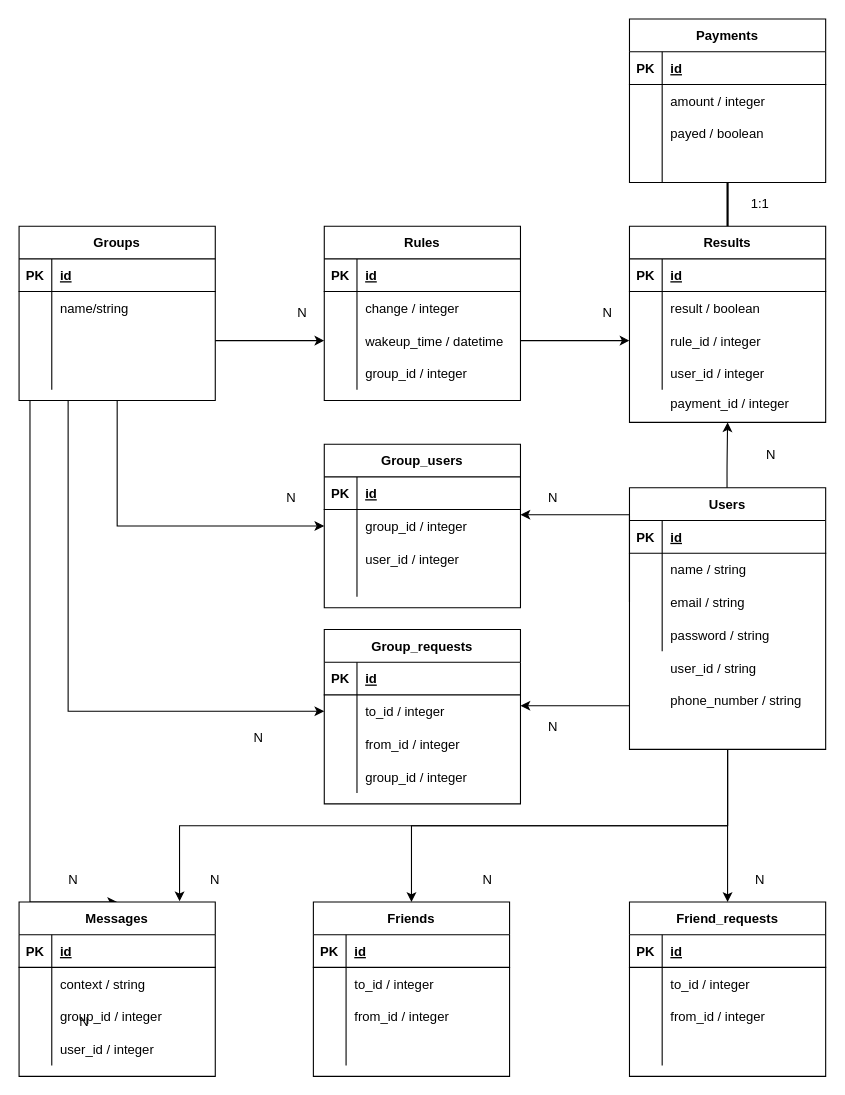
kazuki0122/api keeps this draw.io diagram as ER.dio. Above is the earlier version. Source tidied: cells renumbered, new cells numbered last; positions are measured from the earlier drawing's top-left corner, leaving out a move shared by most shapes. Both pictures are drawn from the tidied source at 109%, with x=0, y=0 at pixel (19, 19).
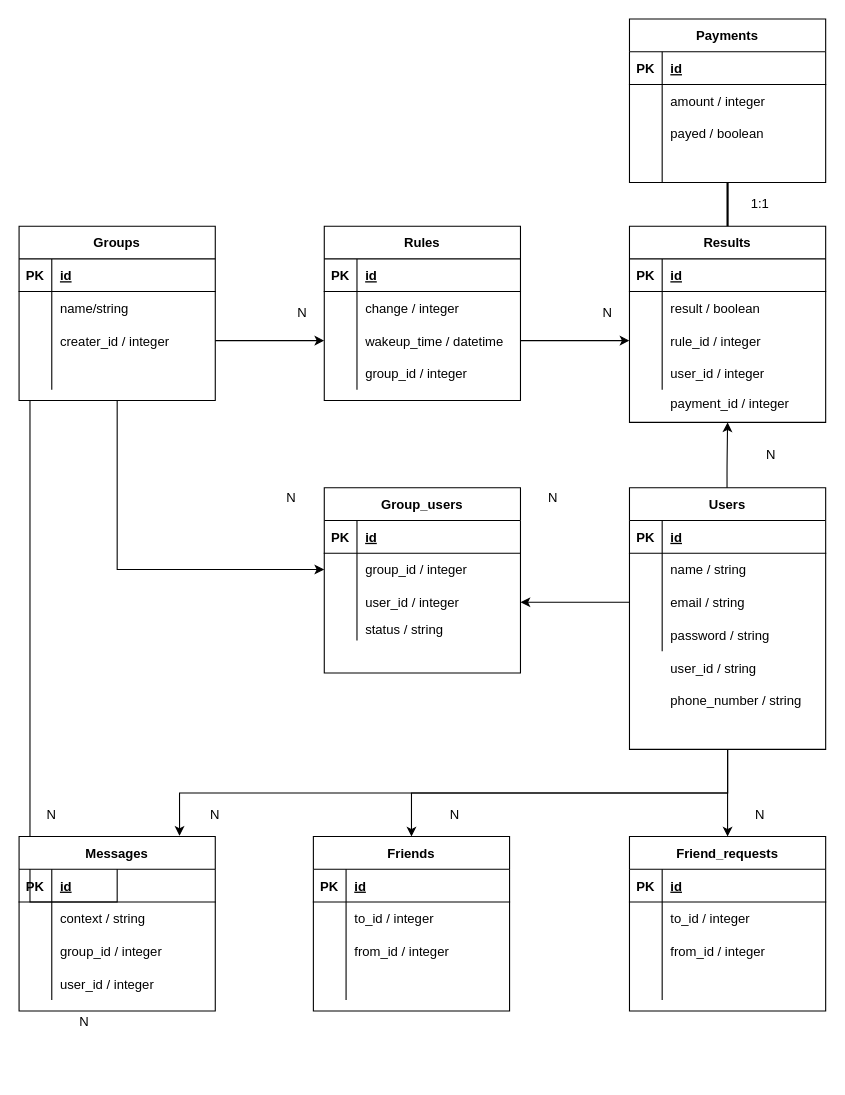
The same diagram, later.

Unchanged cells that the change refers to:
```xml
<mxCell id="4" value="Groups" style="shape=table;startSize=30;childLayout=tableLayout;rowLines=0;fontStyle=1;align=center;" parent="1" vertex="1">
  <mxGeometry y="190" width="180" height="160" as="geometry" />
</mxCell>
<mxCell id="11" style="shape=partialRectangle;fillColor=none;top=0;left=0;bottom=0;right=0;points=[[0,0.5],[1,0.5]];portConstraint=eastwest;" parent="4" vertex="1">
  <mxGeometry y="90" width="180" height="30" as="geometry" />
</mxCell>
<mxCell id="66" style="shape=partialRectangle;fillColor=none;top=0;left=0;bottom=0;right=0;points=[[0,0.5],[1,0.5]];portConstraint=eastwest;" parent="59" vertex="1">
  <mxGeometry y="90" width="180" height="30" as="geometry" />
</mxCell>
<mxCell id="89" style="shape=partialRectangle;fillColor=none;top=0;left=0;bottom=0;right=0;points=[[0,0.5],[1,0.5]];portConstraint=eastwest;" parent="85" vertex="1">
  <mxGeometry y="60" width="180" height="30" as="geometry" />
</mxCell>
<mxCell id="92" style="shape=partialRectangle;fillColor=none;top=0;left=0;bottom=0;right=0;points=[[0,0.5],[1,0.5]];portConstraint=eastwest;" parent="85" vertex="1">
  <mxGeometry y="90" width="180" height="30" as="geometry" />
</mxCell>
<mxCell id="95" style="shape=partialRectangle;fillColor=none;top=0;left=0;bottom=0;right=0;" parent="85" vertex="1">
  <mxGeometry y="120" width="180" height="20" as="geometry" />
</mxCell>
```

What changed in the source:
```diff
@@
-    <mxCell id="13" style="shape=partialRectangle;fillColor=none;top=0;left=0;bottom=0;right=0;align=left;spacingLeft=6;overflow=hidden;" parent="11" vertex="1">
+    <mxCell id="13" value="creater_id / integer" style="shape=partialRectangle;fillColor=none;top=0;left=0;bottom=0;right=0;align=left;spacingLeft=6;overflow=hidden;" parent="11" vertex="1">
       <mxGeometry x="30" width="150" height="30" as="geometry" />
     </mxCell>
@@
     <mxCell id="72" value="Messages" style="shape=table;startSize=30;childLayout=tableLayout;rowLines=0;fontStyle=1;align=center;" parent="1" vertex="1">
-      <mxGeometry y="810" width="180" height="160" as="geometry" />
+      <mxGeometry y="750" width="180" height="160" as="geometry" />
     </mxCell>
@@
     <mxCell id="85" value="Group_users" style="shape=table;startSize=30;childLayout=tableLayout;rowLines=0;fontStyle=1;align=center;" parent="1" vertex="1">
-      <mxGeometry x="280" y="390" width="180" height="150" as="geometry" />
+      <mxGeometry x="280" y="430" width="180" height="170" as="geometry" />
     </mxCell>
@@
-    <mxCell id="97" style="shape=partialRectangle;fillColor=none;top=0;left=0;bottom=0;right=0;align=left;spacingLeft=6;overflow=hidden;" parent="95" vertex="1">
+    <mxCell id="97" value="status / string" style="shape=partialRectangle;fillColor=none;top=0;left=0;bottom=0;right=0;align=left;spacingLeft=6;overflow=hidden;" parent="95" vertex="1">
       <mxGeometry x="30" width="150" height="20" as="geometry" />
     </mxCell>
     <mxCell id="98" value="Friend_requests" style="shape=table;startSize=30;childLayout=tableLayout;rowLines=0;fontStyle=1;align=center;" parent="1" vertex="1">
-      <mxGeometry x="560" y="810" width="180" height="160" as="geometry" />
+      <mxGeometry x="560" y="750" width="180" height="160" as="geometry" />
     </mxCell>
@@
     <mxCell id="111" value="Friends" style="shape=table;startSize=30;childLayout=tableLayout;rowLines=0;fontStyle=1;align=center;" parent="1" vertex="1">
-      <mxGeometry x="270" y="810" width="180" height="160" as="geometry" />
+      <mxGeometry x="270" y="750" width="180" height="160" as="geometry" />
     </mxCell>
@@
     <mxCell id="134" value="N" style="text;html=1;strokeColor=none;fillColor=none;align=center;verticalAlign=middle;whiteSpace=wrap;rounded=0;" parent="1" vertex="1">
-      <mxGeometry x="660" y="780" width="40" height="20" as="geometry" />
+      <mxGeometry x="660" y="720" width="40" height="20" as="geometry" />
     </mxCell>
     <mxCell id="135" value="N" style="text;html=1;strokeColor=none;fillColor=none;align=center;verticalAlign=middle;whiteSpace=wrap;rounded=0;" parent="1" vertex="1">
-      <mxGeometry x="410" y="780" width="40" height="20" as="geometry" />
+      <mxGeometry x="380" y="720" width="40" height="20" as="geometry" />
     </mxCell>
     <mxCell id="136" value="N" style="text;html=1;strokeColor=none;fillColor=none;align=center;verticalAlign=middle;whiteSpace=wrap;rounded=0;" parent="1" vertex="1">
-      <mxGeometry x="160" y="780" width="40" height="20" as="geometry" />
+      <mxGeometry x="160" y="720" width="40" height="20" as="geometry" />
     </mxCell>
@@
-    <mxCell id="142" style="edgeStyle=orthogonalEdgeStyle;rounded=0;jettySize=auto;html=1;exitX=0;exitY=0.5;exitDx=0;exitDy=0;entryX=1;entryY=0.156;entryDx=0;entryDy=0;entryPerimeter=0;" parent="1" edge="1" source="66" target="89">
-      <mxGeometry relative="1" as="geometry">
-        <Array as="points">
-          <mxPoint x="560" y="455" />
-        </Array>
-      </mxGeometry>
-    </mxCell>
@@
-    <mxCell id="146" value="Group_requests" style="shape=table;startSize=30;childLayout=tableLayout;rowLines=0;fontStyle=1;align=center;" parent="1" vertex="1">
-      <mxGeometry x="280" y="560" width="180" height="160" as="geometry" />
-    </mxCell>
-    <mxCell id="147" style="shape=partialRectangle;fillColor=none;top=0;left=0;bottom=1;right=0;" parent="146" vertex="1">
-      <mxGeometry y="30" width="180" height="30" as="geometry" />
-    </mxCell>
-    <mxCell id="148" value="PK" style="shape=partialRectangle;fillColor=none;top=0;left=0;bottom=0;right=0;fontStyle=1;overflow=hidden;" parent="147" vertex="1">
-      <mxGeometry width="30" height="30" as="geometry" />
-    </mxCell>
-    <mxCell id="149" value="id" style="shape=partialRectangle;fillColor=none;top=0;left=0;bottom=0;right=0;align=left;spacingLeft=6;fontStyle=5;overflow=hidden;" parent="147" vertex="1">
-      <mxGeometry x="30" width="150" height="30" as="geometry" />
-    </mxCell>
-    <mxCell id="150" style="shape=partialRectangle;fillColor=none;top=0;left=0;bottom=0;right=0;points=[[0,0.5],[1,0.5]];portConstraint=eastwest;" parent="146" vertex="1">
-      <mxGeometry y="60" width="180" height="30" as="geometry" />
-    </mxCell>
-    <mxCell id="151" style="shape=partialRectangle;fillColor=none;top=0;left=0;bottom=0;right=0;overflow=hidden;" parent="150" vertex="1">
-      <mxGeometry width="30" height="30" as="geometry" />
-    </mxCell>
-    <mxCell id="152" value="to_id / integer" style="shape=partialRectangle;fillColor=none;top=0;left=0;bottom=0;right=0;align=left;spacingLeft=6;overflow=hidden;" parent="150" vertex="1">
-      <mxGeometry x="30" width="150" height="30" as="geometry" />
-    </mxCell>
-    <mxCell id="153" style="shape=partialRectangle;fillColor=none;top=0;left=0;bottom=0;right=0;fontStyle=0;" parent="146" vertex="1">
-      <mxGeometry y="90" width="180" height="30" as="geometry" />
-    </mxCell>
-    <mxCell id="154" style="shape=partialRectangle;fillColor=none;top=0;left=0;bottom=0;right=0;overflow=hidden;" parent="153" vertex="1">
-      <mxGeometry width="30" height="30" as="geometry" />
-    </mxCell>
-    <mxCell id="155" value="from_id / integer" style="shape=partialRectangle;fillColor=none;top=0;left=0;bottom=0;right=0;align=left;spacingLeft=6;overflow=hidden;" parent="153" vertex="1">
-      <mxGeometry x="30" width="150" height="30" as="geometry" />
-    </mxCell>
-    <mxCell id="156" style="shape=partialRectangle;fillColor=none;top=0;left=0;bottom=0;right=0;" parent="146" vertex="1">
-      <mxGeometry y="120" width="180" height="30" as="geometry" />
-    </mxCell>
-    <mxCell id="157" style="shape=partialRectangle;fillColor=none;top=0;left=0;bottom=0;right=0;overflow=hidden;" parent="156" vertex="1">
-      <mxGeometry width="30" height="30" as="geometry" />
-    </mxCell>
-    <mxCell id="158" value="group_id / integer" style="shape=partialRectangle;fillColor=none;top=0;left=0;bottom=0;right=0;align=left;spacingLeft=6;overflow=hidden;" parent="156" vertex="1">
-      <mxGeometry x="30" width="150" height="30" as="geometry" />
-    </mxCell>
-    <mxCell id="159" value="N" style="text;html=1;strokeColor=none;fillColor=none;align=center;verticalAlign=middle;whiteSpace=wrap;rounded=0;" parent="1" vertex="1">
-      <mxGeometry x="470" y="640" width="40" height="20" as="geometry" />
-    </mxCell>
-    <mxCell id="160" style="endArrow=classic;html=1;" parent="1" edge="1">
-      <mxGeometry relative="1" as="geometry">
-        <mxPoint x="560" y="630" as="sourcePoint" />
-        <mxPoint x="460" y="630" as="targetPoint" />
-      </mxGeometry>
-    </mxCell>
     <mxCell id="161" value="N" style="text;html=1;strokeColor=none;fillColor=none;align=center;verticalAlign=middle;whiteSpace=wrap;rounded=0;" parent="1" vertex="1">
-      <mxGeometry x="30" y="780" width="40" height="20" as="geometry" />
+      <mxGeometry x="10" y="720" width="40" height="20" as="geometry" />
     </mxCell>
-    <mxCell id="162" style="edgeStyle=orthogonalEdgeStyle;rounded=0;jettySize=auto;html=1;exitX=0.25;exitY=1;exitDx=0;exitDy=0;entryX=0;entryY=0.5;entryDx=0;entryDy=0;" parent="1" edge="1" source="4" target="150">
-      <mxGeometry relative="1" as="geometry" />
-    </mxCell>
-    <mxCell id="163" value="N" style="text;html=1;strokeColor=none;fillColor=none;align=center;verticalAlign=middle;whiteSpace=wrap;rounded=0;" parent="1" vertex="1">
-      <mxGeometry x="200" y="650" width="40" height="20" as="geometry" />
-    </mxCell>
+    <mxCell id="164" style="edgeStyle=orthogonalEdgeStyle;rounded=0;jettySize=auto;html=1;exitX=0;exitY=0.5;exitDx=0;exitDy=0;entryX=1;entryY=0.5;entryDx=0;entryDy=0;" parent="1" edge="1" source="66" target="92">
+      <mxGeometry relative="1" as="geometry" />
+    </mxCell>
```
